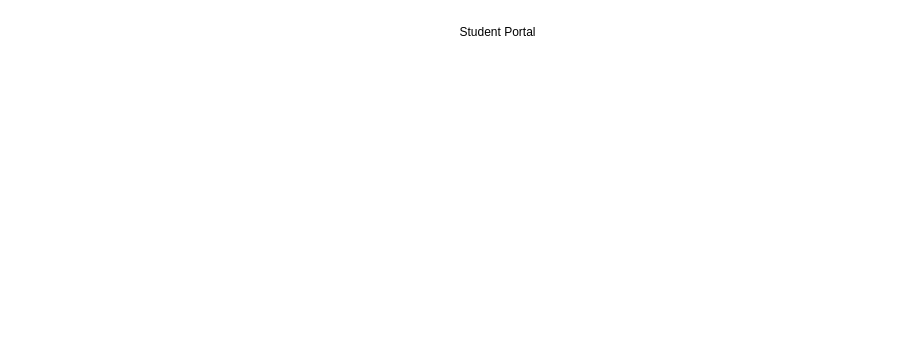
Above: StudentPortal.drawio in SifisoMzansi/architecture-diagrams (draw.io), before the change. Source tidied: cells renumbered, new cells numbered last; positions are measured from the earlier drawing's top-left corner, leaving out a move shared by most shapes. Both pictures are drawn from the tidied source at 100%, with x=0, y=0 at pixel (447, 17).
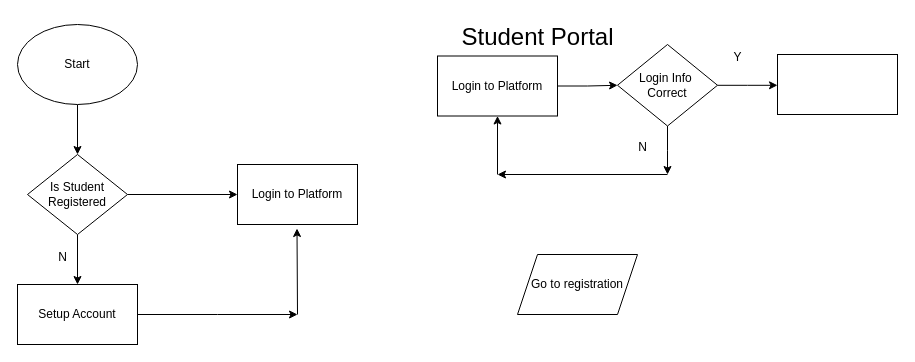
The same page after the edit.

The edit, as a diff of the source:
```diff
@@
-    <mxCell id="2" value="Student Portal" style="text;html=1;align=center;verticalAlign=middle;strokeColor=none;fillColor=none;" parent="1" vertex="1">
-      <mxGeometry width="100" height="30" as="geometry" />
+    <mxCell id="2" value="&lt;font style=&quot;font-size: 24px;&quot;&gt;Student Portal&lt;/font&gt;" style="text;html=1;align=center;verticalAlign=middle;strokeColor=none;fillColor=none;" parent="1" vertex="1">
+      <mxGeometry width="180" height="40" as="geometry" />
     </mxCell>
+    <mxCell id="3" style="edgeStyle=orthogonalEdgeStyle;rounded=0;jettySize=auto;html=1;entryX=0.5;entryY=0;entryDx=0;entryDy=0;" parent="1" edge="1" source="4" target="7">
+      <mxGeometry relative="1" as="geometry" />
+    </mxCell>
+    <mxCell id="4" value="Start" style="ellipse;whiteSpace=wrap;html=1;" parent="1" vertex="1">
+      <mxGeometry x="-430" y="7" width="120" height="80" as="geometry" />
+    </mxCell>
+    <mxCell id="5" style="edgeStyle=orthogonalEdgeStyle;rounded=0;jettySize=auto;html=1;entryX=0.5;entryY=0;entryDx=0;entryDy=0;" parent="1" edge="1" source="7" target="20">
+      <mxGeometry relative="1" as="geometry" />
+    </mxCell>
+    <mxCell id="6" style="edgeStyle=orthogonalEdgeStyle;rounded=0;jettySize=auto;html=1;entryX=0;entryY=0.5;entryDx=0;entryDy=0;" parent="1" edge="1" source="7" target="22">
+      <mxGeometry relative="1" as="geometry" />
+    </mxCell>
+    <mxCell id="7" value="Is Student Registered" style="rhombus;whiteSpace=wrap;html=1;" parent="1" vertex="1">
+      <mxGeometry x="-420" y="137" width="100" height="80" as="geometry" />
+    </mxCell>
+    <mxCell id="8" style="edgeStyle=orthogonalEdgeStyle;rounded=0;jettySize=auto;html=1;" parent="1" edge="1" source="9" target="12">
+      <mxGeometry relative="1" as="geometry" />
+    </mxCell>
+    <mxCell id="9" value="Login to Platform" style="rounded=0;whiteSpace=wrap;html=1;" parent="1" vertex="1">
+      <mxGeometry x="-10" y="38.5" width="120" height="60" as="geometry" />
+    </mxCell>
+    <mxCell id="10" style="edgeStyle=orthogonalEdgeStyle;rounded=0;jettySize=auto;html=1;" parent="1" edge="1" source="12">
+      <mxGeometry relative="1" as="geometry">
+        <mxPoint x="220" y="157" as="targetPoint" />
+      </mxGeometry>
+    </mxCell>
+    <mxCell id="11" style="edgeStyle=orthogonalEdgeStyle;rounded=0;jettySize=auto;html=1;" parent="1" edge="1" source="12">
+      <mxGeometry relative="1" as="geometry">
+        <mxPoint x="330" y="67.8" as="targetPoint" />
+      </mxGeometry>
+    </mxCell>
+    <mxCell id="12" value="Login Info&amp;nbsp;&lt;div&gt;Correct&lt;/div&gt;" style="rhombus;whiteSpace=wrap;html=1;" parent="1" vertex="1">
+      <mxGeometry x="170" y="27" width="100" height="81.5" as="geometry" />
+    </mxCell>
+    <mxCell id="13" style="endArrow=classic;html=1;rounded=0;entryX=0.5;entryY=1;entryDx=0;entryDy=0;" parent="1" edge="1" target="9">
+      <mxGeometry relative="1" as="geometry">
+        <mxPoint x="50" y="157" as="sourcePoint" />
+      </mxGeometry>
+    </mxCell>
+    <mxCell id="14" style="endArrow=classic;html=1;rounded=0;" parent="1" edge="1">
+      <mxGeometry relative="1" as="geometry">
+        <mxPoint x="220" y="157" as="sourcePoint" />
+        <mxPoint x="50" y="157" as="targetPoint" />
+      </mxGeometry>
+    </mxCell>
+    <mxCell id="15" value="N" style="text;html=1;align=center;verticalAlign=middle;strokeColor=none;fillColor=none;" parent="1" vertex="1">
+      <mxGeometry x="180" y="115" width="30" height="30" as="geometry" />
+    </mxCell>
+    <mxCell id="16" value="Y" style="text;html=1;align=center;verticalAlign=middle;strokeColor=none;fillColor=none;" parent="1" vertex="1">
+      <mxGeometry x="275" y="25" width="30" height="30" as="geometry" />
+    </mxCell>
+    <mxCell id="17" style="rounded=0;whiteSpace=wrap;html=1;" parent="1" vertex="1">
+      <mxGeometry x="330" y="37" width="120" height="60" as="geometry" />
+    </mxCell>
+    <mxCell id="18" value="Go to registration" style="shape=parallelogram;perimeter=parallelogramPerimeter;whiteSpace=wrap;html=1;fixedSize=1;" parent="1" vertex="1">
+      <mxGeometry x="70" y="237" width="120" height="60" as="geometry" />
+    </mxCell>
+    <mxCell id="19" style="edgeStyle=orthogonalEdgeStyle;rounded=0;jettySize=auto;html=1;" parent="1" edge="1" source="20">
+      <mxGeometry relative="1" as="geometry">
+        <mxPoint x="-150" y="297" as="targetPoint" />
+      </mxGeometry>
+    </mxCell>
+    <mxCell id="20" value="Setup Account" style="rounded=0;whiteSpace=wrap;html=1;" parent="1" vertex="1">
+      <mxGeometry x="-430" y="267" width="120" height="60" as="geometry" />
+    </mxCell>
+    <mxCell id="21" value="N" style="text;html=1;align=center;verticalAlign=middle;strokeColor=none;fillColor=none;" parent="1" vertex="1">
+      <mxGeometry x="-400" y="225" width="30" height="30" as="geometry" />
+    </mxCell>
+    <mxCell id="22" value="Login to Platform" style="rounded=0;whiteSpace=wrap;html=1;" parent="1" vertex="1">
+      <mxGeometry x="-210" y="147" width="120" height="60" as="geometry" />
+    </mxCell>
+    <mxCell id="23" style="endArrow=classic;html=1;rounded=0;entryX=0.5;entryY=1;entryDx=0;entryDy=0;" parent="1" edge="1">
+      <mxGeometry relative="1" as="geometry">
+        <mxPoint x="-150" y="297" as="sourcePoint" />
+        <mxPoint x="-150.5" y="211" as="targetPoint" />
+      </mxGeometry>
+    </mxCell>
```
